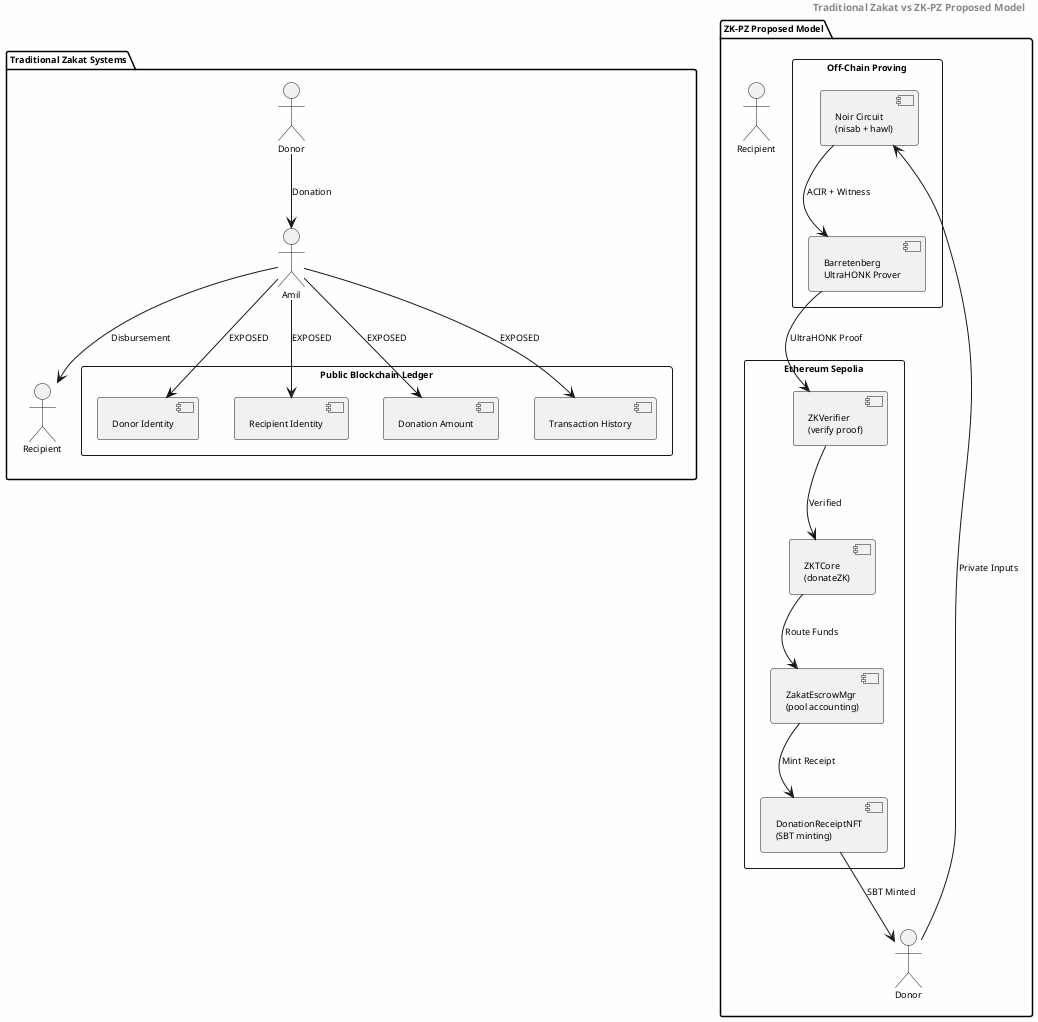
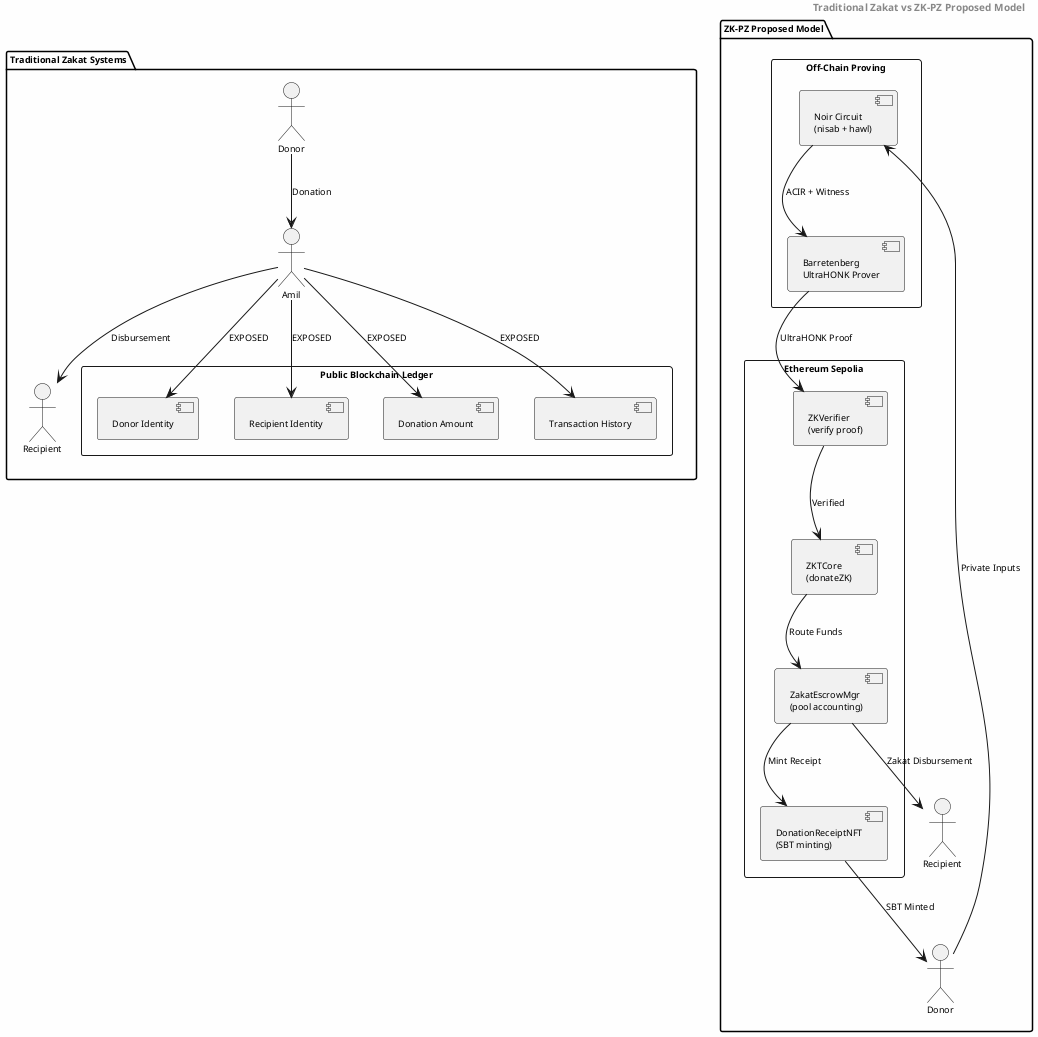
@startuml
skinparam backgroundColor #FEFEFE
skinparam shadowing false
skinparam defaultFontName Arial
skinparam defaultFontSize 9
skinparam packagePadding 2
skinparam nodePadding 2

header <b>Traditional Zakat vs ZK-PZ Proposed Model</b>

package "Traditional Zakat Systems" {
  actor Donor_T as "Donor"
  actor Amil_T as "Amil"
  actor Recipient_T as "Recipient"

  rectangle "Public Blockchain Ledger" {
    component DonorID as "Donor Identity"
    component RecipientID as "Recipient Identity"
    component Amount as "Donation Amount"
    component History as "Transaction History"
  }

  Donor_T --> Amil_T : Donation
  Amil_T --> Recipient_T : Disbursement
  Amil_T --> DonorID : EXPOSED
  Amil_T --> RecipientID : EXPOSED
  Amil_T --> Amount : EXPOSED
  Amil_T --> History : EXPOSED
}

package "ZK-PZ Proposed Model" {
  actor Donor_Z as "Donor"
  actor Recipient_Z as "Recipient"

  rectangle "Off-Chain Proving" as Proving {
    component NoirCircuit as "Noir Circuit\n(nisab + hawl)"
    component BBProver as "Barretenberg\nUltraHONK Prover"
  }

  rectangle "Ethereum Sepolia" as Sepolia {
    component ZKVerifier as "ZKVerifier\n(verify proof)"
    component ZKTCore as "ZKTCore\n(donateZK)"
    component Escrow as "ZakatEscrowMgr\n(pool accounting)"
    component ReceiptNFT as "DonationReceiptNFT\n(SBT minting)"
  }

  Donor_Z --> NoirCircuit : Private Inputs
  NoirCircuit --> BBProver : ACIR + Witness
  BBProver --> ZKVerifier : UltraHONK Proof
  ZKVerifier --> ZKTCore : Verified
  ZKTCore --> Escrow : Route Funds
  Escrow --> ReceiptNFT : Mint Receipt
  ReceiptNFT --> Donor_Z : SBT Minted
+   Escrow --> Recipient_Z : Zakat Disbursement
}

@enduml
